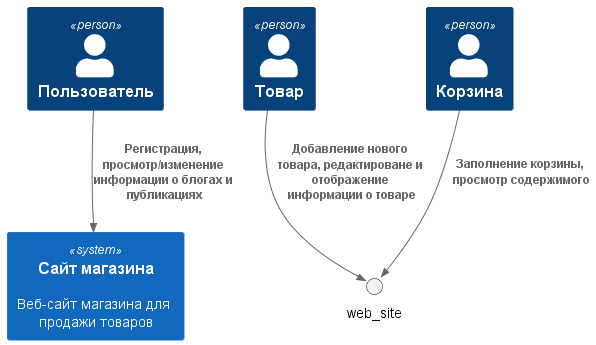
Earlier version of the PlantUML export out/context/solution_context.png (jwtkms/mai_homework_arch).
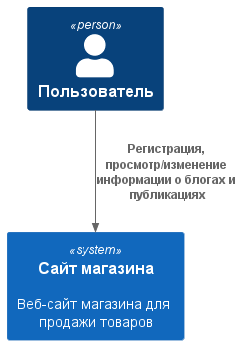
After the commit.

What changed in the source:
```diff
@@ -2,17 +2,12 @@
 !include https://raw.githubusercontent.com/plantuml-stdlib/C4-PlantUML/master/C4_Container.puml
 
 Person(user, "Пользователь")
-Person(product, "Товар")
-Person(cart, "Корзина")
-
 
 System(conference_site, "Сайт магазина", "Веб-сайт магазина для продажи товаров")
 
 
 
 Rel(user, conference_site, "Регистрация, просмотр/изменение информации о блогах и публикациях")
-Rel(product, web_site, "Добавление нового товара, редактироване и отображение информации о товаре")
-Rel(cart, web_site, "Заполнение корзины, просмотр содержимого")
 
 
 
```
